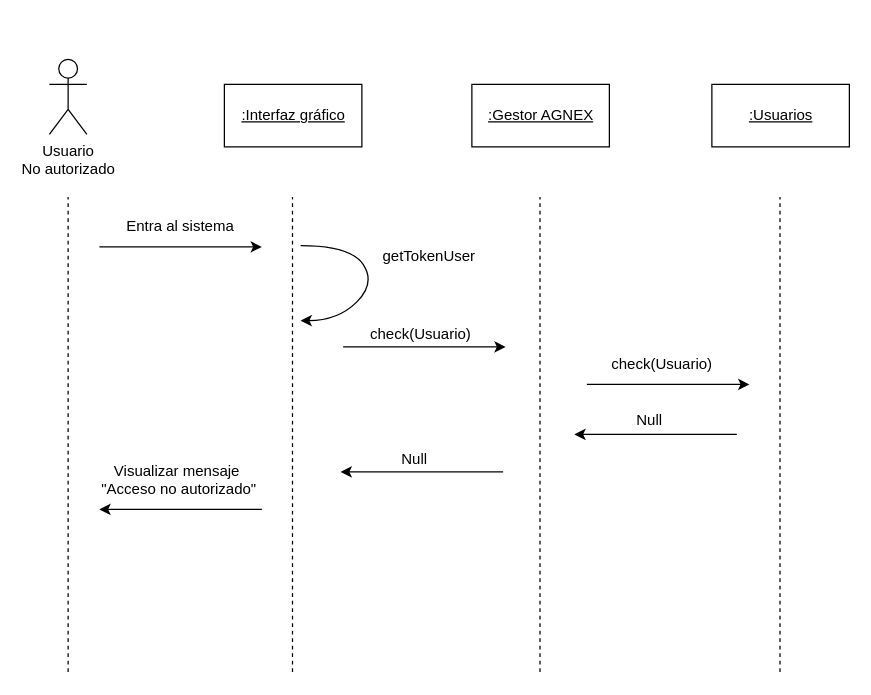
pquella/buscaminas keeps this draw.io diagram as PrimerSprint/SecuenciaCUNegarAcceso.drawio. Above is the earlier version. Source tidied: cells renumbered, new cells numbered last; positions are measured from the earlier drawing's top-left corner, leaving out a move shared by most shapes. Both pictures are drawn from the tidied source at 125%, with x=0, y=0 at pixel (49, 59).
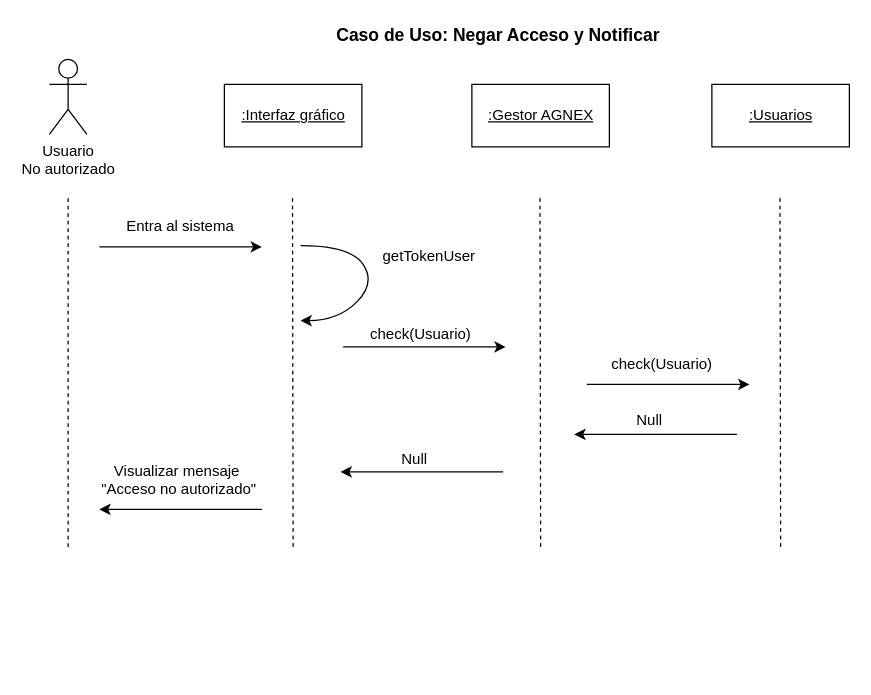
After the change.

Commit message:
Diagrama Secuencia CU Negar Acceso

Añadido Título

Diff of the diagram source:
```diff
@@
     <mxCell id="3" style="endArrow=none;dashed=1;html=1;" parent="1" edge="1">
       <mxGeometry relative="1" as="geometry">
-        <mxPoint x="15" y="490" as="sourcePoint" />
+        <mxPoint x="15" y="390" as="sourcePoint" />
         <mxPoint x="15" y="110" as="targetPoint" />
       </mxGeometry>
     </mxCell>
@@
     <mxCell id="6" style="endArrow=none;dashed=1;html=1;" parent="1" edge="1">
       <mxGeometry relative="1" as="geometry">
-        <mxPoint x="392.5" y="490" as="sourcePoint" />
+        <mxPoint x="393" y="390" as="sourcePoint" />
         <mxPoint x="392.5" y="110" as="targetPoint" />
       </mxGeometry>
     </mxCell>
     <mxCell id="7" style="endArrow=none;dashed=1;html=1;" parent="1" edge="1">
       <mxGeometry relative="1" as="geometry">
-        <mxPoint x="584.5" y="490" as="sourcePoint" />
+        <mxPoint x="585" y="390" as="sourcePoint" />
         <mxPoint x="584.5" y="110" as="targetPoint" />
       </mxGeometry>
     </mxCell>
@@
     <mxCell id="9" style="endArrow=none;dashed=1;html=1;" parent="1" edge="1">
       <mxGeometry relative="1" as="geometry">
-        <mxPoint x="194.5" y="490" as="sourcePoint" />
+        <mxPoint x="195" y="390" as="sourcePoint" />
         <mxPoint x="194.5" y="110" as="targetPoint" />
       </mxGeometry>
     </mxCell>
@@
+    <mxCell id="24" value="&lt;font style=&quot;font-size: 14px&quot;&gt;&lt;b&gt;Caso de Uso: Negar Acceso y Notificar&lt;/b&gt;&lt;/font&gt;" style="text;html=1;align=left;verticalAlign=top;spacingTop=-4;" parent="1" vertex="1">
+      <mxGeometry x="228" y="-30" width="270" height="20" as="geometry" />
+    </mxCell>
```
